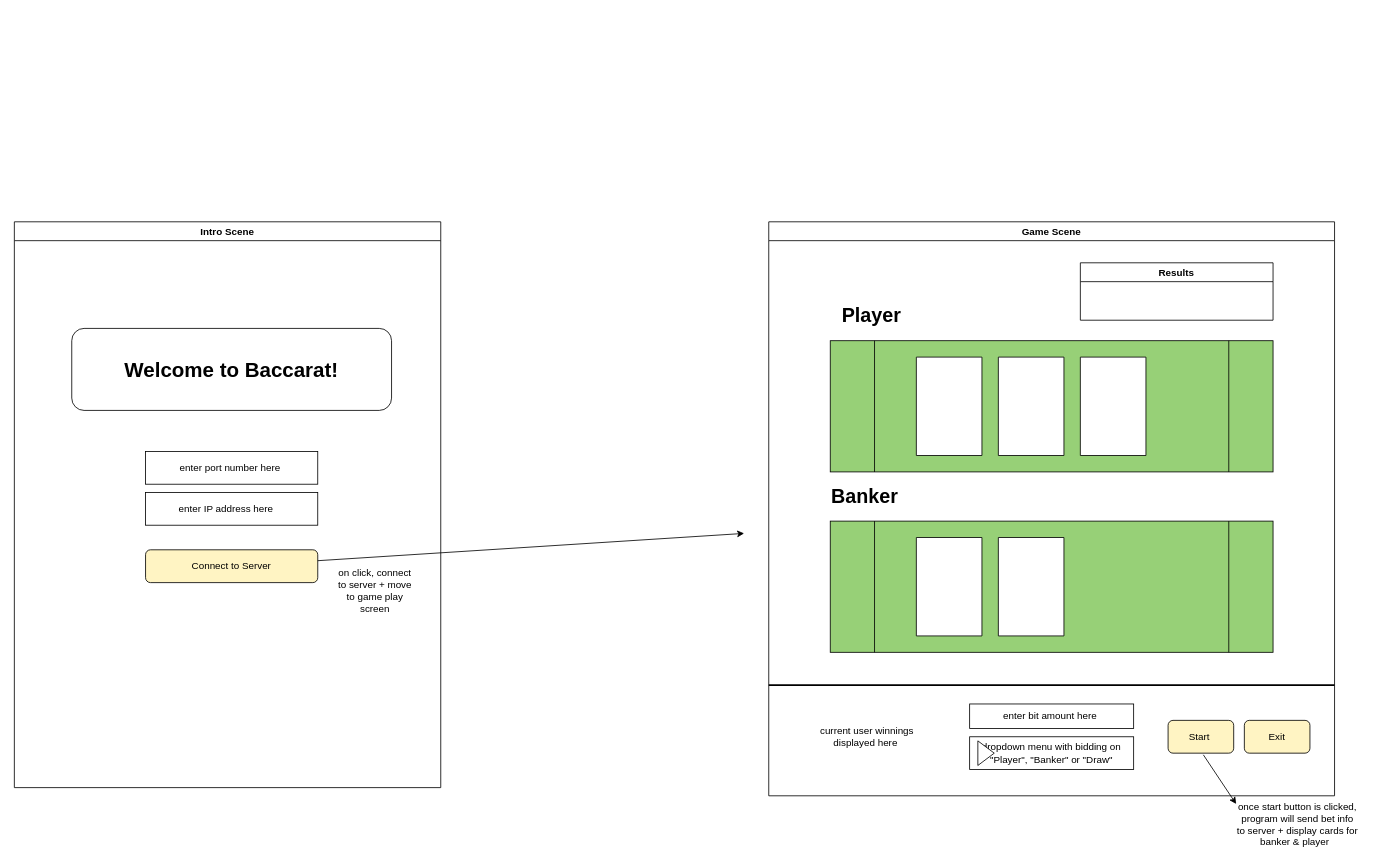
meganmehta/baccarat_game keeps this draw.io diagram as page "Client Wireframe" (3 of 3) of networked_baccarat.drawio. Above is the earlier version. Source tidied: cells renumbered, new cells numbered last; positions are measured from the earlier drawing's top-left corner, leaving out a move shared by most shapes. Both pictures are drawn from the tidied source at 82%, with x=0, y=0 at pixel (14, 221).
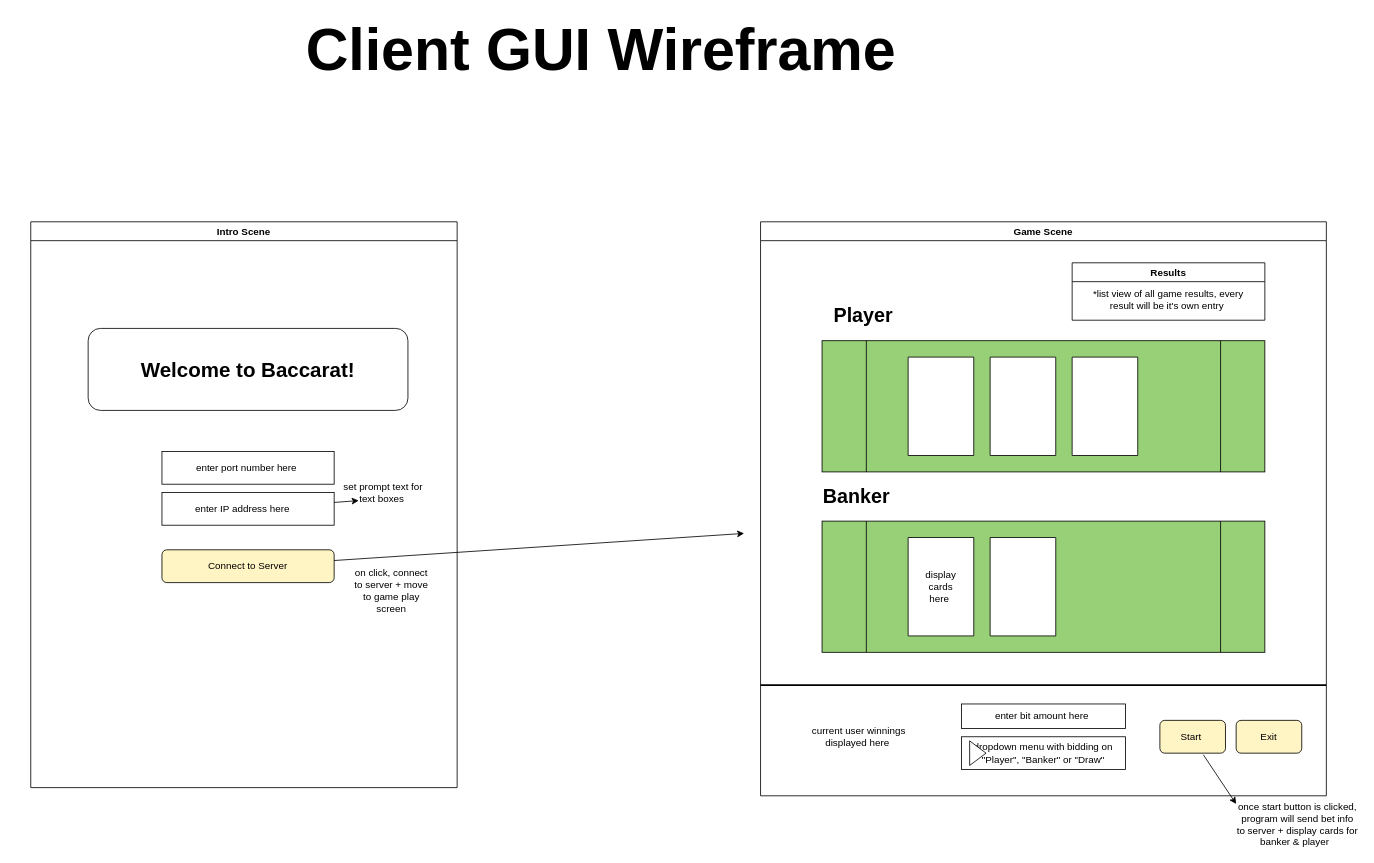
The same diagram, later.

Unchanged cells that the change refers to:
```xml
<mxCell id="6" style="rounded=0;whiteSpace=wrap;html=1;" parent="2" vertex="1">
  <mxGeometry x="160" y="330" width="210" height="40" as="geometry" />
</mxCell>
<mxCell id="28" value="Results" style="swimlane;fillColor=#FFFFFF;" parent="11" vertex="1">
  <mxGeometry x="380" y="50" width="235" height="70" as="geometry" />
</mxCell>
```

Change to the diagram source:
```diff
@@
     <mxCell id="2" value="Intro Scene" style="swimlane;" parent="1" vertex="1">
-      <mxGeometry width="520" height="690" as="geometry" />
+      <mxGeometry x="20" width="520" height="690" as="geometry" />
     </mxCell>
@@
+    <mxCell id="35" value="set prompt text for text boxes&amp;nbsp;" style="text;html=1;strokeColor=none;fillColor=none;align=center;verticalAlign=middle;whiteSpace=wrap;rounded=0;" parent="2" vertex="1">
+      <mxGeometry x="380" y="315" width="100" height="30" as="geometry" />
+    </mxCell>
+    <mxCell id="36" style="endArrow=classic;html=1;rounded=0;entryX=0.2;entryY=0.833;entryDx=0;entryDy=0;entryPerimeter=0;" parent="2" edge="1" source="6" target="35">
+      <mxGeometry relative="1" as="geometry" />
+    </mxCell>
     <mxCell id="11" value="Game Scene" style="swimlane;" parent="1" vertex="1">
-      <mxGeometry x="920" width="690" height="700" as="geometry" />
+      <mxGeometry x="910" width="690" height="700" as="geometry" />
     </mxCell>
@@
+    <mxCell id="37" value="*list view of all game results, every result will be it's own entry&amp;nbsp;" style="text;html=1;strokeColor=none;fillColor=none;align=center;verticalAlign=middle;whiteSpace=wrap;rounded=0;" parent="28" vertex="1">
+      <mxGeometry x="15" y="30" width="205" height="30" as="geometry" />
+    </mxCell>
@@
+    <mxCell id="38" value="display cards&lt;br&gt;here&amp;nbsp;" style="text;html=1;strokeColor=none;fillColor=none;align=center;verticalAlign=middle;whiteSpace=wrap;rounded=0;" parent="11" vertex="1">
+      <mxGeometry x="205" y="430" width="30" height="30" as="geometry" />
+    </mxCell>
@@
+    <mxCell id="39" value="&lt;font style=&quot;font-size: 72px&quot;&gt;Client GUI Wireframe&lt;/font&gt;" style="text;strokeColor=none;fillColor=none;html=1;fontSize=24;fontStyle=1;verticalAlign=middle;align=center;" parent="1" vertex="1">
+      <mxGeometry x="580" y="-240" width="270" height="60" as="geometry" />
+    </mxCell>
```
